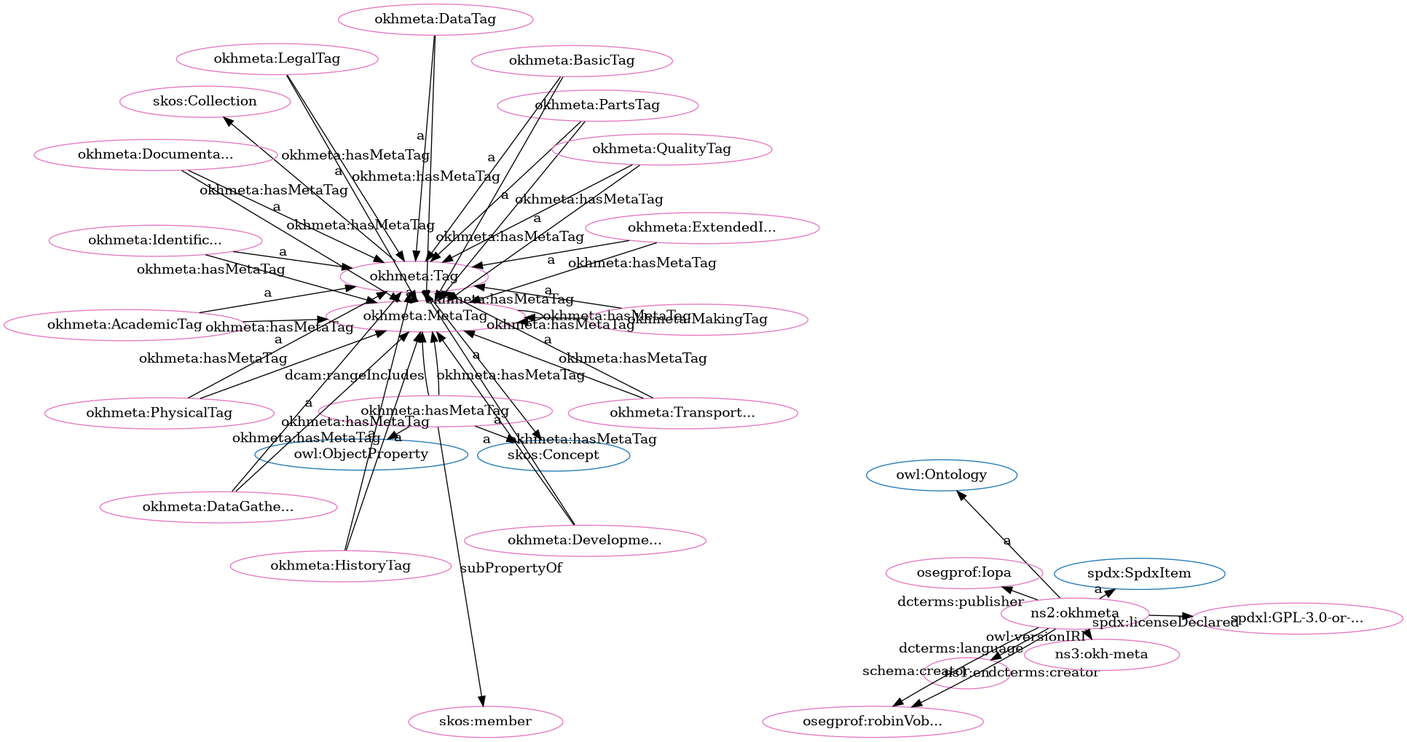
Above: src/spec/fdp_okh-meta.png in iop-alliance/OpenKnowHow (Graphviz), before the change. Its source is kept beside it as src/spec/fdp_okh-meta.dot.
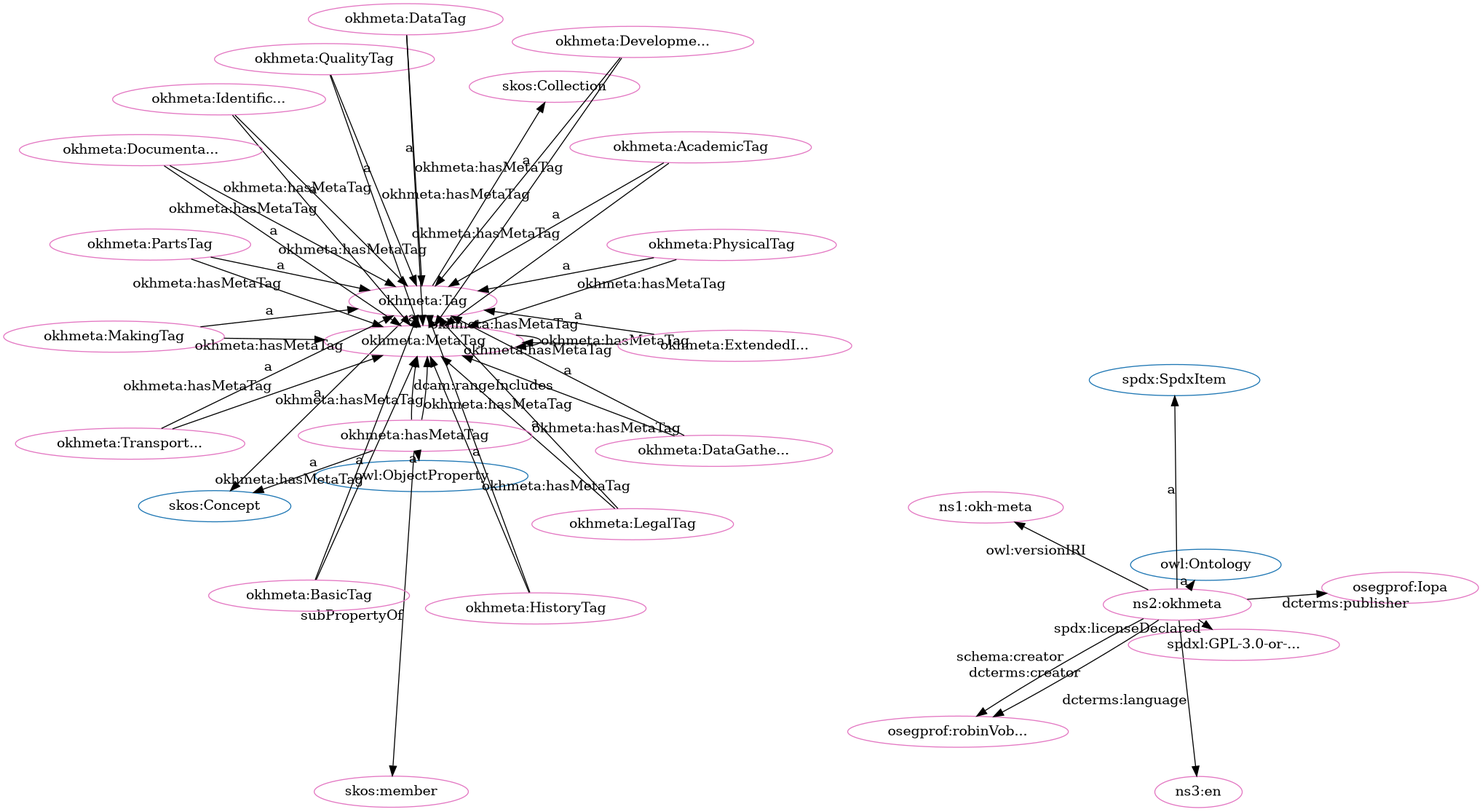
After the commit.

Diff of the diagram source:
```diff
@@ -1,84 +1,84 @@
 digraph G {
   rankdir=BT
   node[height=.3]
+"http://spdx.org/rdf/terms#SpdxItem" [fillcolor="#1f77b4" color="#1f77b4" label="spdx:SpdxItem"]
 "http://www.w3.org/2004/02/skos/core#Concept" [fillcolor="#1f77b4" color="#1f77b4" label="skos:Concept"]
+"http://www.w3.org/2004/02/skos/core#Collection" [fillcolor="#1f77b4" color="#1f77b4" label="skos:Collection"]
 "http://www.w3.org/2002/07/owl#ObjectProperty" [fillcolor="#1f77b4" color="#1f77b4" label="owl:ObjectProperty"]
+"http://w3id.org/oseg/ont/okhmeta#Tag" [fillcolor="#1f77b4" color="#1f77b4" label="okhmeta:Tag"]
 "http://www.w3.org/2002/07/owl#Ontology" [fillcolor="#1f77b4" color="#1f77b4" label="owl:Ontology"]
-"http://spdx.org/rdf/terms#SpdxItem" [fillcolor="#1f77b4" color="#1f77b4" label="spdx:SpdxItem"]
-"http://w3id.org/oseg/ont/okhmeta#Tag" [fillcolor="#1f77b4" color="#1f77b4" label="okhmeta:Tag"]
-"http://www.w3.org/2004/02/skos/core#Collection" [fillcolor="#1f77b4" color="#1f77b4" label="skos:Collection"]
+"http://w3id.org/oseg/ont/okhmeta#MetaTag" [fillcolor="#e377c2" color="#e377c2" label="okhmeta:MetaTag"]
+"http://w3id.org/oseg/ont/okhmeta#MakingTag" [fillcolor="#e377c2" color="#e377c2" label="okhmeta:MakingTag"]
+"http://w3id.org/oseg/ont/okhmeta#DataGatheringTag" [fillcolor="#e377c2" color="#e377c2" label="okhmeta:DataGathe..."]
+"http://w3id.org/oseg/ont/okhmeta#Tag" [fillcolor="#e377c2" color="#e377c2" label="okhmeta:Tag"]
 "http://w3id.org/oseg/ont/okhmeta#IdentificationTag" [fillcolor="#e377c2" color="#e377c2" label="okhmeta:Identific..."]
-"http://w3id.org/oseg/ont/okhmeta#MetaTag" [fillcolor="#e377c2" color="#e377c2" label="okhmeta:MetaTag"]
+"http://w3id.org/oseg/ont/okhmeta#ExtendedInfoTag" [fillcolor="#e377c2" color="#e377c2" label="okhmeta:ExtendedI..."]
+"http://w3id.org/oseg/ont/okhmeta#LegalTag" [fillcolor="#e377c2" color="#e377c2" label="okhmeta:LegalTag"]
+"http://w3id.org/oseg/ont/okhmeta#hasMetaTag" [fillcolor="#e377c2" color="#e377c2" label="okhmeta:hasMetaTag"]
+"http://www.w3.org/2004/02/skos/core#member" [fillcolor="#e377c2" color="#e377c2" label="skos:member"]
+"http://www.w3.org/2004/02/skos/core#Collection" [fillcolor="#e377c2" color="#e377c2" label="skos:Collection"]
+"http://w3id.org/oseg/ont/oseg-profiles#robinVobruba" [fillcolor="#e377c2" color="#e377c2" label="osegprof:robinVob..."]
+"http://w3id.org/oseg/ont/okhmeta#DevelopmentTag" [fillcolor="#e377c2" color="#e377c2" label="okhmeta:Developme..."]
+"http://w3id.org/oseg/ont/okhmeta#AcademicTag" [fillcolor="#e377c2" color="#e377c2" label="okhmeta:AcademicTag"]
+"http://w3id.org/oseg/ont/1.1.0/okh-meta" [fillcolor="#e377c2" color="#e377c2" label="ns1:okh-meta"]
+"http://w3id.org/oseg/ont/oseg-profiles#Iopa" [fillcolor="#e377c2" color="#e377c2" label="osegprof:Iopa"]
 "http://w3id.org/oseg/ont/okhmeta#PhysicalTag" [fillcolor="#e377c2" color="#e377c2" label="okhmeta:PhysicalTag"]
-"http://w3id.org/oseg/ont/okhmeta#hasMetaTag" [fillcolor="#e377c2" color="#e377c2" label="okhmeta:hasMetaTag"]
-"http://w3id.org/oseg/ont/okhmeta#Tag" [fillcolor="#e377c2" color="#e377c2" label="okhmeta:Tag"]
+"http://w3id.org/oseg/ont/okhmeta" [fillcolor="#e377c2" color="#e377c2" label="ns2:okhmeta"]
+"http://w3id.org/oseg/ont/okhmeta#HistoryTag" [fillcolor="#e377c2" color="#e377c2" label="okhmeta:HistoryTag"]
+"http://w3id.org/oseg/ont/okhmeta#BasicTag" [fillcolor="#e377c2" color="#e377c2" label="okhmeta:BasicTag"]
 "http://w3id.org/oseg/ont/okhmeta#DocumentationTag" [fillcolor="#e377c2" color="#e377c2" label="okhmeta:Documenta..."]
-"http://w3id.org/oseg/ont/okhmeta#DevelopmentTag" [fillcolor="#e377c2" color="#e377c2" label="okhmeta:Developme..."]
-"http://www.w3.org/2004/02/skos/core#Collection" [fillcolor="#e377c2" color="#e377c2" label="skos:Collection"]
-"http://w3id.org/oseg/ont/okhmeta#AcademicTag" [fillcolor="#e377c2" color="#e377c2" label="okhmeta:AcademicTag"]
-"http://w3id.org/oseg/ont/okhmeta#DataGatheringTag" [fillcolor="#e377c2" color="#e377c2" label="okhmeta:DataGathe..."]
-"http://id.loc.gov/vocabulary/iso639-1/en" [fillcolor="#e377c2" color="#e377c2" label="ns1:en"]
+"http://id.loc.gov/vocabulary/iso639-1/en" [fillcolor="#e377c2" color="#e377c2" label="ns3:en"]
+"http://w3id.org/oseg/ont/okhmeta#QualityTag" [fillcolor="#e377c2" color="#e377c2" label="okhmeta:QualityTag"]
+"http://w3id.org/oseg/ont/okhmeta#DataTag" [fillcolor="#e377c2" color="#e377c2" label="okhmeta:DataTag"]
+"http://spdx.org/licenses/GPL-3.0-or-later" [fillcolor="#e377c2" color="#e377c2" label="spdxl:GPL-3.0-or-..."]
+"http://w3id.org/oseg/ont/okhmeta#TransportationTag" [fillcolor="#e377c2" color="#e377c2" label="okhmeta:Transport..."]
 "http://w3id.org/oseg/ont/okhmeta#PartsTag" [fillcolor="#e377c2" color="#e377c2" label="okhmeta:PartsTag"]
-"http://w3id.org/oseg/ont/okhmeta" [fillcolor="#e377c2" color="#e377c2" label="ns2:okhmeta"]
-"http://w3id.org/oseg/ont/okhmeta#MakingTag" [fillcolor="#e377c2" color="#e377c2" label="okhmeta:MakingTag"]
-"http://spdx.org/licenses/GPL-3.0-or-later" [fillcolor="#e377c2" color="#e377c2" label="spdxl:GPL-3.0-or-..."]
-"http://w3id.org/oseg/ont/okhmeta#BasicTag" [fillcolor="#e377c2" color="#e377c2" label="okhmeta:BasicTag"]
-"http://w3id.org/oseg/ont/okhmeta#QualityTag" [fillcolor="#e377c2" color="#e377c2" label="okhmeta:QualityTag"]
-"http://w3id.org/oseg/ont/okhmeta#ExtendedInfoTag" [fillcolor="#e377c2" color="#e377c2" label="okhmeta:ExtendedI..."]
-"http://w3id.org/oseg/ont/okhmeta#DataTag" [fillcolor="#e377c2" color="#e377c2" label="okhmeta:DataTag"]
-"http://w3id.org/oseg/ont/oseg-profiles#Iopa" [fillcolor="#e377c2" color="#e377c2" label="osegprof:Iopa"]
-"http://w3id.org/oseg/ont/okhmeta#HistoryTag" [fillcolor="#e377c2" color="#e377c2" label="okhmeta:HistoryTag"]
-"http://w3id.org/oseg/ont/okhmeta#LegalTag" [fillcolor="#e377c2" color="#e377c2" label="okhmeta:LegalTag"]
-"http://w3id.org/oseg/ont/okhmeta#TransportationTag" [fillcolor="#e377c2" color="#e377c2" label="okhmeta:Transport..."]
-"http://w3id.org/oseg/ont/oseg-profiles#robinVobruba" [fillcolor="#e377c2" color="#e377c2" label="osegprof:robinVob..."]
-"http://www.w3.org/2004/02/skos/core#member" [fillcolor="#e377c2" color="#e377c2" label="skos:member"]
-"http://w3id.org/oseg/ont/1.1.0/okh-meta" [fillcolor="#e377c2" color="#e377c2" label="ns3:okh-meta"]
+  "http://w3id.org/oseg/ont/okhmeta#MakingTag" -> "http://w3id.org/oseg/ont/okhmeta#Tag" [label="a"]
+  "http://w3id.org/oseg/ont/okhmeta#DataGatheringTag" -> "http://w3id.org/oseg/ont/okhmeta#Tag" [label="a"]
+  "http://w3id.org/oseg/ont/okhmeta#Tag" -> "http://www.w3.org/2004/02/skos/core#Concept" [label="a"]
+  "http://w3id.org/oseg/ont/okhmeta#ExtendedInfoTag" -> "http://w3id.org/oseg/ont/okhmeta#Tag" [label="a"]
+  "http://w3id.org/oseg/ont/okhmeta#LegalTag" -> "http://w3id.org/oseg/ont/okhmeta#Tag" [label="a"]
+  "http://w3id.org/oseg/ont/okhmeta" -> "http://w3id.org/oseg/ont/oseg-profiles#robinVobruba" [label="dcterms:creator"]
+  "http://w3id.org/oseg/ont/okhmeta#AcademicTag" -> "http://w3id.org/oseg/ont/okhmeta#Tag" [label="a"]
+  "http://w3id.org/oseg/ont/okhmeta#TransportationTag" -> "http://w3id.org/oseg/ont/okhmeta#MetaTag" [label="okhmeta:hasMetaTag"]
+  "http://w3id.org/oseg/ont/okhmeta#PhysicalTag" -> "http://w3id.org/oseg/ont/okhmeta#MetaTag" [label="okhmeta:hasMetaTag"]
+  "http://w3id.org/oseg/ont/okhmeta" -> "http://w3id.org/oseg/ont/1.1.0/okh-meta" [label="owl:versionIRI"]
+  "http://w3id.org/oseg/ont/okhmeta" -> "http://w3id.org/oseg/ont/oseg-profiles#Iopa" [label="dcterms:publisher"]
+  "http://w3id.org/oseg/ont/okhmeta#IdentificationTag" -> "http://w3id.org/oseg/ont/okhmeta#MetaTag" [label="okhmeta:hasMetaTag"]
+  "http://w3id.org/oseg/ont/okhmeta" -> "http://spdx.org/rdf/terms#SpdxItem" [label="a"]
+  "http://w3id.org/oseg/ont/okhmeta#HistoryTag" -> "http://w3id.org/oseg/ont/okhmeta#Tag" [label="a"]
+  "http://w3id.org/oseg/ont/okhmeta#BasicTag" -> "http://w3id.org/oseg/ont/okhmeta#Tag" [label="a"]
+  "http://w3id.org/oseg/ont/okhmeta#AcademicTag" -> "http://w3id.org/oseg/ont/okhmeta#MetaTag" [label="okhmeta:hasMetaTag"]
+  "http://w3id.org/oseg/ont/okhmeta#PartsTag" -> "http://w3id.org/oseg/ont/okhmeta#Tag" [label="a"]
+  "http://w3id.org/oseg/ont/okhmeta#MetaTag" -> "http://w3id.org/oseg/ont/okhmeta#MetaTag" [label="okhmeta:hasMetaTag"]
+  "http://w3id.org/oseg/ont/okhmeta#QualityTag" -> "http://w3id.org/oseg/ont/okhmeta#Tag" [label="a"]
+  "http://w3id.org/oseg/ont/okhmeta#DataTag" -> "http://w3id.org/oseg/ont/okhmeta#MetaTag" [label="okhmeta:hasMetaTag"]
+  "http://w3id.org/oseg/ont/okhmeta" -> "http://spdx.org/licenses/GPL-3.0-or-later" [label="spdx:licenseDeclared"]
+  "http://w3id.org/oseg/ont/okhmeta#TransportationTag" -> "http://w3id.org/oseg/ont/okhmeta#Tag" [label="a"]
+  "http://w3id.org/oseg/ont/okhmeta#DocumentationTag" -> "http://w3id.org/oseg/ont/okhmeta#MetaTag" [label="okhmeta:hasMetaTag"]
+  "http://w3id.org/oseg/ont/okhmeta#ExtendedInfoTag" -> "http://w3id.org/oseg/ont/okhmeta#MetaTag" [label="okhmeta:hasMetaTag"]
+  "http://w3id.org/oseg/ont/okhmeta#HistoryTag" -> "http://w3id.org/oseg/ont/okhmeta#MetaTag" [label="okhmeta:hasMetaTag"]
+  "http://w3id.org/oseg/ont/okhmeta#BasicTag" -> "http://w3id.org/oseg/ont/okhmeta#MetaTag" [label="okhmeta:hasMetaTag"]
   "http://w3id.org/oseg/ont/okhmeta#IdentificationTag" -> "http://w3id.org/oseg/ont/okhmeta#Tag" [label="a"]
+  "http://w3id.org/oseg/ont/okhmeta#hasMetaTag" -> "http://www.w3.org/2002/07/owl#ObjectProperty" [label="a"]
+  "http://w3id.org/oseg/ont/okhmeta#hasMetaTag" -> "http://www.w3.org/2004/02/skos/core#member" [label="subPropertyOf"]
+  "http://w3id.org/oseg/ont/okhmeta#hasMetaTag" -> "http://w3id.org/oseg/ont/okhmeta#MetaTag" [label="dcam:rangeIncludes"]
+  "http://w3id.org/oseg/ont/okhmeta#Tag" -> "http://www.w3.org/2004/02/skos/core#Collection" [label=""]
+  "http://w3id.org/oseg/ont/okhmeta#hasMetaTag" -> "http://www.w3.org/2004/02/skos/core#Concept" [label="a"]
+  "http://w3id.org/oseg/ont/okhmeta#DevelopmentTag" -> "http://w3id.org/oseg/ont/okhmeta#Tag" [label="a"]
+  "http://w3id.org/oseg/ont/okhmeta#Tag" -> "http://w3id.org/oseg/ont/okhmeta#MetaTag" [label="okhmeta:hasMetaTag"]
   "http://w3id.org/oseg/ont/okhmeta#MetaTag" -> "http://w3id.org/oseg/ont/okhmeta#Tag" [label="a"]
-  "http://w3id.org/oseg/ont/okhmeta#TransportationTag" -> "http://w3id.org/oseg/ont/okhmeta#MetaTag" [label="okhmeta:hasMetaTag"]
-  "http://w3id.org/oseg/ont/okhmeta#hasMetaTag" -> "http://w3id.org/oseg/ont/okhmeta#MetaTag" [label="dcam:rangeIncludes"]
+  "http://w3id.org/oseg/ont/okhmeta#MakingTag" -> "http://w3id.org/oseg/ont/okhmeta#MetaTag" [label="okhmeta:hasMetaTag"]
+  "http://w3id.org/oseg/ont/okhmeta#DataGatheringTag" -> "http://w3id.org/oseg/ont/okhmeta#MetaTag" [label="okhmeta:hasMetaTag"]
+  "http://w3id.org/oseg/ont/okhmeta#PhysicalTag" -> "http://w3id.org/oseg/ont/okhmeta#Tag" [label="a"]
+  "http://w3id.org/oseg/ont/okhmeta#hasMetaTag" -> "http://w3id.org/oseg/ont/okhmeta#MetaTag" [label="okhmeta:hasMetaTag"]
+  "http://w3id.org/oseg/ont/okhmeta#LegalTag" -> "http://w3id.org/oseg/ont/okhmeta#MetaTag" [label="okhmeta:hasMetaTag"]
+  "http://w3id.org/oseg/ont/okhmeta#DevelopmentTag" -> "http://w3id.org/oseg/ont/okhmeta#MetaTag" [label="okhmeta:hasMetaTag"]
+  "http://w3id.org/oseg/ont/okhmeta" -> "http://www.w3.org/2002/07/owl#Ontology" [label="a"]
+  "http://w3id.org/oseg/ont/okhmeta" -> "http://id.loc.gov/vocabulary/iso639-1/en" [label="dcterms:language"]
+  "http://w3id.org/oseg/ont/okhmeta#QualityTag" -> "http://w3id.org/oseg/ont/okhmeta#MetaTag" [label="okhmeta:hasMetaTag"]
+  "http://w3id.org/oseg/ont/okhmeta#PartsTag" -> "http://w3id.org/oseg/ont/okhmeta#MetaTag" [label="okhmeta:hasMetaTag"]
+  "http://w3id.org/oseg/ont/okhmeta" -> "http://w3id.org/oseg/ont/oseg-profiles#robinVobruba" [label="schema:creator"]
+  "http://w3id.org/oseg/ont/okhmeta#DataTag" -> "http://w3id.org/oseg/ont/okhmeta#Tag" [label="a"]
   "http://w3id.org/oseg/ont/okhmeta#DocumentationTag" -> "http://w3id.org/oseg/ont/okhmeta#Tag" [label="a"]
-  "http://w3id.org/oseg/ont/okhmeta#LegalTag" -> "http://w3id.org/oseg/ont/okhmeta#MetaTag" [label="okhmeta:hasMetaTag"]
-  "http://w3id.org/oseg/ont/okhmeta" -> "http://id.loc.gov/vocabulary/iso639-1/en" [label="dcterms:language"]
-  "http://w3id.org/oseg/ont/okhmeta#PartsTag" -> "http://w3id.org/oseg/ont/okhmeta#MetaTag" [label="okhmeta:hasMetaTag"]
-  "http://w3id.org/oseg/ont/okhmeta#DataTag" -> "http://w3id.org/oseg/ont/okhmeta#MetaTag" [label="okhmeta:hasMetaTag"]
-  "http://w3id.org/oseg/ont/okhmeta#IdentificationTag" -> "http://w3id.org/oseg/ont/okhmeta#MetaTag" [label="okhmeta:hasMetaTag"]
-  "http://w3id.org/oseg/ont/okhmeta" -> "http://spdx.org/licenses/GPL-3.0-or-later" [label="spdx:licenseDeclared"]
-  "http://w3id.org/oseg/ont/okhmeta#DocumentationTag" -> "http://w3id.org/oseg/ont/okhmeta#MetaTag" [label="okhmeta:hasMetaTag"]
-  "http://w3id.org/oseg/ont/okhmeta#QualityTag" -> "http://w3id.org/oseg/ont/okhmeta#Tag" [label="a"]
-  "http://w3id.org/oseg/ont/okhmeta#ExtendedInfoTag" -> "http://w3id.org/oseg/ont/okhmeta#Tag" [label="a"]
-  "http://w3id.org/oseg/ont/okhmeta#DataTag" -> "http://w3id.org/oseg/ont/okhmeta#Tag" [label="a"]
-  "http://w3id.org/oseg/ont/okhmeta" -> "http://w3id.org/oseg/ont/oseg-profiles#Iopa" [label="dcterms:publisher"]
-  "http://w3id.org/oseg/ont/okhmeta#Tag" -> "http://w3id.org/oseg/ont/okhmeta#MetaTag" [label="okhmeta:hasMetaTag"]
-  "http://w3id.org/oseg/ont/okhmeta#TransportationTag" -> "http://w3id.org/oseg/ont/okhmeta#Tag" [label="a"]
-  "http://w3id.org/oseg/ont/okhmeta" -> "http://spdx.org/rdf/terms#SpdxItem" [label="a"]
-  "http://w3id.org/oseg/ont/okhmeta#QualityTag" -> "http://w3id.org/oseg/ont/okhmeta#MetaTag" [label="okhmeta:hasMetaTag"]
-  "http://w3id.org/oseg/ont/okhmeta#AcademicTag" -> "http://w3id.org/oseg/ont/okhmeta#MetaTag" [label="okhmeta:hasMetaTag"]
-  "http://w3id.org/oseg/ont/okhmeta#PhysicalTag" -> "http://w3id.org/oseg/ont/okhmeta#Tag" [label="a"]
-  "http://w3id.org/oseg/ont/okhmeta#ExtendedInfoTag" -> "http://w3id.org/oseg/ont/okhmeta#MetaTag" [label="okhmeta:hasMetaTag"]
-  "http://w3id.org/oseg/ont/okhmeta#hasMetaTag" -> "http://www.w3.org/2004/02/skos/core#Concept" [label="a"]
-  "http://w3id.org/oseg/ont/okhmeta#Tag" -> "http://www.w3.org/2004/02/skos/core#Concept" [label="a"]
-  "http://w3id.org/oseg/ont/okhmeta#DevelopmentTag" -> "http://w3id.org/oseg/ont/okhmeta#Tag" [label="a"]
-  "http://w3id.org/oseg/ont/okhmeta#Tag" -> "http://www.w3.org/2004/02/skos/core#Collection" [label=""]
-  "http://w3id.org/oseg/ont/okhmeta#AcademicTag" -> "http://w3id.org/oseg/ont/okhmeta#Tag" [label="a"]
-  "http://w3id.org/oseg/ont/okhmeta#DataGatheringTag" -> "http://w3id.org/oseg/ont/okhmeta#Tag" [label="a"]
-  "http://w3id.org/oseg/ont/okhmeta#hasMetaTag" -> "http://w3id.org/oseg/ont/okhmeta#MetaTag" [label="okhmeta:hasMetaTag"]
-  "http://w3id.org/oseg/ont/okhmeta#PhysicalTag" -> "http://w3id.org/oseg/ont/okhmeta#MetaTag" [label="okhmeta:hasMetaTag"]
-  "http://w3id.org/oseg/ont/okhmeta" -> "http://www.w3.org/2002/07/owl#Ontology" [label="a"]
-  "http://w3id.org/oseg/ont/okhmeta#MakingTag" -> "http://w3id.org/oseg/ont/okhmeta#Tag" [label="a"]
-  "http://w3id.org/oseg/ont/okhmeta#DevelopmentTag" -> "http://w3id.org/oseg/ont/okhmeta#MetaTag" [label="okhmeta:hasMetaTag"]
-  "http://w3id.org/oseg/ont/okhmeta#HistoryTag" -> "http://w3id.org/oseg/ont/okhmeta#MetaTag" [label="okhmeta:hasMetaTag"]
-  "http://w3id.org/oseg/ont/okhmeta#BasicTag" -> "http://w3id.org/oseg/ont/okhmeta#Tag" [label="a"]
-  "http://w3id.org/oseg/ont/okhmeta#DataGatheringTag" -> "http://w3id.org/oseg/ont/okhmeta#MetaTag" [label="okhmeta:hasMetaTag"]
-  "http://w3id.org/oseg/ont/okhmeta#HistoryTag" -> "http://w3id.org/oseg/ont/okhmeta#Tag" [label="a"]
-  "http://w3id.org/oseg/ont/okhmeta#LegalTag" -> "http://w3id.org/oseg/ont/okhmeta#Tag" [label="a"]
-  "http://w3id.org/oseg/ont/okhmeta#hasMetaTag" -> "http://www.w3.org/2002/07/owl#ObjectProperty" [label="a"]
-  "http://w3id.org/oseg/ont/okhmeta#MakingTag" -> "http://w3id.org/oseg/ont/okhmeta#MetaTag" [label="okhmeta:hasMetaTag"]
-  "http://w3id.org/oseg/ont/okhmeta" -> "http://w3id.org/oseg/ont/oseg-profiles#robinVobruba" [label="dcterms:creator"]
-  "http://w3id.org/oseg/ont/okhmeta#MetaTag" -> "http://w3id.org/oseg/ont/okhmeta#MetaTag" [label="okhmeta:hasMetaTag"]
-  "http://w3id.org/oseg/ont/okhmeta" -> "http://w3id.org/oseg/ont/oseg-profiles#robinVobruba" [label="schema:creator"]
-  "http://w3id.org/oseg/ont/okhmeta#hasMetaTag" -> "http://www.w3.org/2004/02/skos/core#member" [label="subPropertyOf"]
-  "http://w3id.org/oseg/ont/okhmeta#BasicTag" -> "http://w3id.org/oseg/ont/okhmeta#MetaTag" [label="okhmeta:hasMetaTag"]
-  "http://w3id.org/oseg/ont/okhmeta#PartsTag" -> "http://w3id.org/oseg/ont/okhmeta#Tag" [label="a"]
-  "http://w3id.org/oseg/ont/okhmeta" -> "http://w3id.org/oseg/ont/1.1.0/okh-meta" [label="owl:versionIRI"]
 }
```
